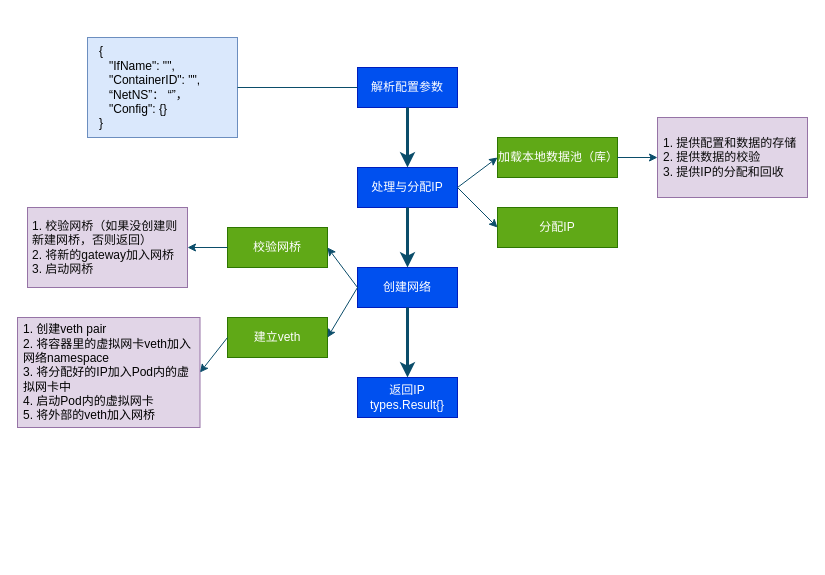
Before: page "CNI-ADD" (5 of 14) of flows/流程图.drawio in godzilla-s/lightly-cni, a draw.io diagram. Source tidied: cells renumbered, new cells numbered last; positions are measured from the earlier drawing's top-left corner, leaving out a move shared by most shapes. Both pictures are drawn from the tidied source at 100%, with x=0, y=0 at pixel (17, 37).
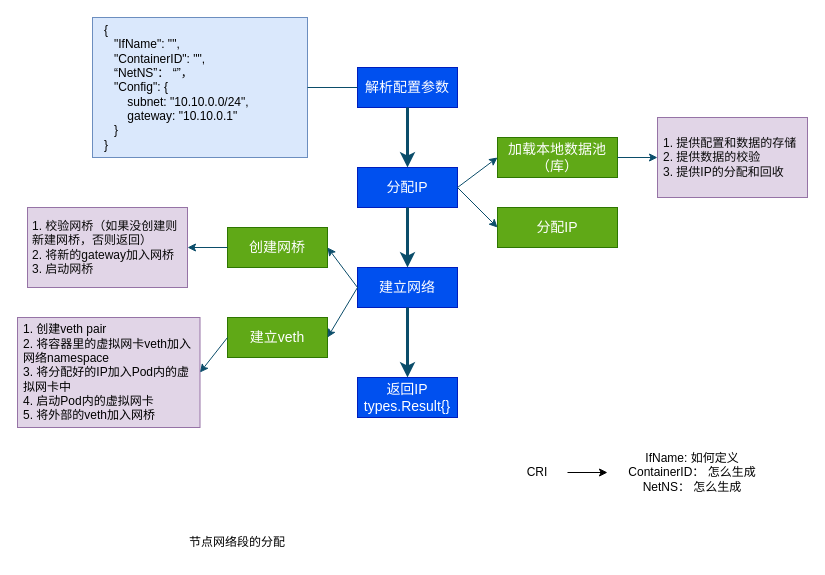
The same diagram, later.

Diff of the diagram source:
```diff
@@
-    <mxCell id="2" value="解析配置参数" style="rounded=0;whiteSpace=wrap;html=1;labelBackgroundColor=none;fillColor=#0050ef;strokeColor=#001DBC;fontColor=#ffffff;" parent="1" vertex="1">
+    <mxCell id="2" value="解析配置参数" style="rounded=0;whiteSpace=wrap;html=1;labelBackgroundColor=none;fillColor=#0050ef;strokeColor=#001DBC;fontColor=#ffffff;fontSize=14;" parent="1" vertex="1">
       <mxGeometry x="340" y="30" width="100" height="40" as="geometry" />
     </mxCell>
-    <mxCell id="3" value="加载本地数据池（库）" style="rounded=0;whiteSpace=wrap;html=1;labelBackgroundColor=none;fillColor=#60a917;strokeColor=#2D7600;fontColor=#ffffff;" parent="1" vertex="1">
+    <mxCell id="3" value="加载本地数据池（库）" style="rounded=0;whiteSpace=wrap;html=1;labelBackgroundColor=none;fillColor=#60a917;strokeColor=#2D7600;fontColor=#ffffff;fontSize=14;" parent="1" vertex="1">
       <mxGeometry x="480" y="100" width="120" height="40" as="geometry" />
     </mxCell>
-    <mxCell id="4" value="处理与分配IP" style="rounded=0;whiteSpace=wrap;html=1;labelBackgroundColor=none;fillColor=#0050ef;strokeColor=#001DBC;fontColor=#ffffff;" parent="1" vertex="1">
+    <mxCell id="4" value="分配IP" style="rounded=0;whiteSpace=wrap;html=1;labelBackgroundColor=none;fillColor=#0050ef;strokeColor=#001DBC;fontColor=#ffffff;fontSize=14;" parent="1" vertex="1">
       <mxGeometry x="340" y="130" width="100" height="40" as="geometry" />
     </mxCell>
@@
-    <mxCell id="6" value="校验网桥" style="rounded=0;whiteSpace=wrap;html=1;labelBackgroundColor=none;fillColor=#60a917;strokeColor=#2D7600;fontColor=#ffffff;" parent="1" vertex="1">
+    <mxCell id="6" value="创建网桥" style="rounded=0;whiteSpace=wrap;html=1;labelBackgroundColor=none;fillColor=#60a917;strokeColor=#2D7600;fontColor=#ffffff;fontSize=14;" parent="1" vertex="1">
       <mxGeometry x="210" y="190" width="100" height="40" as="geometry" />
     </mxCell>
@@
-    <mxCell id="8" value="建立veth" style="rounded=0;whiteSpace=wrap;html=1;labelBackgroundColor=none;fillColor=#60a917;strokeColor=#2D7600;fontColor=#ffffff;" parent="1" vertex="1">
+    <mxCell id="8" value="建立veth" style="rounded=0;whiteSpace=wrap;html=1;labelBackgroundColor=none;fillColor=#60a917;strokeColor=#2D7600;fontColor=#ffffff;fontSize=14;" parent="1" vertex="1">
       <mxGeometry x="210" y="280" width="100" height="40" as="geometry" />
     </mxCell>
-    <mxCell id="9" value="返回IP&lt;div&gt;types.Result{}&lt;/div&gt;" style="rounded=0;whiteSpace=wrap;html=1;labelBackgroundColor=none;fillColor=#0050ef;strokeColor=#001DBC;fontColor=#ffffff;" parent="1" vertex="1">
+    <mxCell id="9" value="返回IP&lt;div style=&quot;font-size: 14px;&quot;&gt;types.Result{}&lt;/div&gt;" style="rounded=0;whiteSpace=wrap;html=1;labelBackgroundColor=none;fillColor=#0050ef;strokeColor=#001DBC;fontColor=#ffffff;fontSize=14;" parent="1" vertex="1">
       <mxGeometry x="340" y="340" width="100" height="40" as="geometry" />
     </mxCell>
-    <mxCell id="10" value="{&lt;div&gt;&amp;nbsp; &amp;nbsp;&quot;IfName&quot;: &quot;&quot;,&lt;/div&gt;&lt;div&gt;&amp;nbsp; &amp;nbsp;&quot;ContainerID&quot;: &quot;&quot;,&lt;/div&gt;&lt;div&gt;&amp;nbsp; &amp;nbsp;“NetNS”： “”，&lt;/div&gt;&lt;div&gt;&amp;nbsp; &amp;nbsp;&quot;Config&quot;: {}&lt;/div&gt;&lt;div&gt;}&lt;/div&gt;" style="rounded=0;whiteSpace=wrap;html=1;align=left;spacingLeft=10;labelBackgroundColor=none;fillColor=#dae8fc;strokeColor=#6c8ebf;fontColor=#000000;" parent="1" vertex="1">
-      <mxGeometry x="70" width="150" height="100" as="geometry" />
+    <mxCell id="10" value="{&lt;div&gt;&amp;nbsp; &amp;nbsp;&quot;IfName&quot;: &quot;&quot;,&lt;/div&gt;&lt;div&gt;&amp;nbsp; &amp;nbsp;&quot;ContainerID&quot;: &quot;&quot;,&lt;/div&gt;&lt;div&gt;&amp;nbsp; &amp;nbsp;“NetNS”： “”，&lt;/div&gt;&lt;div&gt;&amp;nbsp; &amp;nbsp;&quot;Config&quot;: {&lt;/div&gt;&lt;div&gt;&amp;nbsp; &amp;nbsp; &amp;nbsp; &amp;nbsp;subnet: &quot;10.10.0.0/24&quot;,&lt;/div&gt;&lt;div&gt;&amp;nbsp; &amp;nbsp; &amp;nbsp; &amp;nbsp;gateway: &quot;10.10.0.1&quot;&lt;/div&gt;&lt;div&gt;&amp;nbsp; &amp;nbsp;}&lt;/div&gt;&lt;div&gt;}&lt;/div&gt;" style="rounded=0;whiteSpace=wrap;html=1;align=left;spacingLeft=10;labelBackgroundColor=none;fillColor=#dae8fc;strokeColor=#6c8ebf;fontColor=#000000;" parent="1" vertex="1">
+      <mxGeometry x="75" y="-20" width="215" height="140" as="geometry" />
     </mxCell>
@@
-    <mxCell id="12" value="分配IP" style="rounded=0;whiteSpace=wrap;html=1;labelBackgroundColor=none;fillColor=#60a917;strokeColor=#2D7600;fontColor=#ffffff;" parent="1" vertex="1">
+    <mxCell id="12" value="分配IP" style="rounded=0;whiteSpace=wrap;html=1;labelBackgroundColor=none;fillColor=#60a917;strokeColor=#2D7600;fontColor=#ffffff;fontSize=14;" parent="1" vertex="1">
       <mxGeometry x="480" y="170" width="120" height="40" as="geometry" />
     </mxCell>
-    <mxCell id="13" value="创建网络" style="rounded=0;whiteSpace=wrap;html=1;labelBackgroundColor=none;fillColor=#0050ef;strokeColor=#001DBC;fontColor=#ffffff;" parent="1" vertex="1">
+    <mxCell id="13" value="建立网络" style="rounded=0;whiteSpace=wrap;html=1;labelBackgroundColor=none;fillColor=#0050ef;strokeColor=#001DBC;fontColor=#ffffff;fontSize=14;" parent="1" vertex="1">
       <mxGeometry x="340" y="230" width="100" height="40" as="geometry" />
     </mxCell>
-    <mxCell id="14" style="endArrow=classic;html=1;rounded=0;entryX=0;entryY=0.5;entryDx=0;entryDy=0;exitX=1;exitY=0.5;exitDx=0;exitDy=0;labelBackgroundColor=none;strokeColor=#0B4D6A;fontColor=default;" parent="1" edge="1" source="4" target="3">
+    <mxCell id="14" style="endArrow=classic;html=1;rounded=0;entryX=0;entryY=0.5;entryDx=0;entryDy=0;exitX=1;exitY=0.5;exitDx=0;exitDy=0;labelBackgroundColor=none;strokeColor=#0B4D6A;fontColor=default;fontSize=14;" parent="1" edge="1" source="4" target="3">
       <mxGeometry relative="1" as="geometry" />
     </mxCell>
-    <mxCell id="15" style="endArrow=classic;html=1;rounded=0;exitX=1;exitY=0.5;exitDx=0;exitDy=0;entryX=0;entryY=0.5;entryDx=0;entryDy=0;labelBackgroundColor=none;strokeColor=#0B4D6A;fontColor=default;" parent="1" edge="1" source="4" target="12">
+    <mxCell id="15" style="endArrow=classic;html=1;rounded=0;exitX=1;exitY=0.5;exitDx=0;exitDy=0;entryX=0;entryY=0.5;entryDx=0;entryDy=0;labelBackgroundColor=none;strokeColor=#0B4D6A;fontColor=default;fontSize=14;" parent="1" edge="1" source="4" target="12">
       <mxGeometry relative="1" as="geometry" />
     </mxCell>
-    <mxCell id="16" style="endArrow=classic;html=1;rounded=0;entryX=1;entryY=0.5;entryDx=0;entryDy=0;exitX=0;exitY=0.5;exitDx=0;exitDy=0;labelBackgroundColor=none;strokeColor=#0B4D6A;fontColor=default;" parent="1" edge="1" source="13" target="6">
+    <mxCell id="16" style="endArrow=classic;html=1;rounded=0;entryX=1;entryY=0.5;entryDx=0;entryDy=0;exitX=0;exitY=0.5;exitDx=0;exitDy=0;labelBackgroundColor=none;strokeColor=#0B4D6A;fontColor=default;fontSize=14;" parent="1" edge="1" source="13" target="6">
       <mxGeometry relative="1" as="geometry" />
     </mxCell>
-    <mxCell id="17" style="endArrow=classic;html=1;rounded=0;entryX=1;entryY=0.5;entryDx=0;entryDy=0;exitX=0;exitY=0.5;exitDx=0;exitDy=0;labelBackgroundColor=none;strokeColor=#0B4D6A;fontColor=default;" parent="1" edge="1" source="13" target="8">
+    <mxCell id="17" style="endArrow=classic;html=1;rounded=0;entryX=1;entryY=0.5;entryDx=0;entryDy=0;exitX=0;exitY=0.5;exitDx=0;exitDy=0;labelBackgroundColor=none;strokeColor=#0B4D6A;fontColor=default;fontSize=14;" parent="1" edge="1" source="13" target="8">
       <mxGeometry relative="1" as="geometry" />
     </mxCell>
-    <mxCell id="18" style="endArrow=classic;html=1;rounded=0;exitX=0.5;exitY=1;exitDx=0;exitDy=0;entryX=0.5;entryY=0;entryDx=0;entryDy=0;labelBackgroundColor=none;strokeColor=#0B4D6A;fontColor=default;strokeWidth=3;" parent="1" edge="1" source="2" target="4">
+    <mxCell id="18" style="endArrow=classic;html=1;rounded=0;exitX=0.5;exitY=1;exitDx=0;exitDy=0;entryX=0.5;entryY=0;entryDx=0;entryDy=0;labelBackgroundColor=none;strokeColor=#0B4D6A;fontColor=default;strokeWidth=3;fontSize=14;" parent="1" edge="1" source="2" target="4">
       <mxGeometry relative="1" as="geometry" />
     </mxCell>
-    <mxCell id="19" style="endArrow=classic;html=1;rounded=0;exitX=0.5;exitY=1;exitDx=0;exitDy=0;entryX=0.5;entryY=0;entryDx=0;entryDy=0;labelBackgroundColor=none;strokeColor=#0B4D6A;fontColor=default;strokeWidth=3;" parent="1" edge="1" source="4" target="13">
+    <mxCell id="19" style="endArrow=classic;html=1;rounded=0;exitX=0.5;exitY=1;exitDx=0;exitDy=0;entryX=0.5;entryY=0;entryDx=0;entryDy=0;labelBackgroundColor=none;strokeColor=#0B4D6A;fontColor=default;strokeWidth=3;fontSize=14;" parent="1" edge="1" source="4" target="13">
       <mxGeometry relative="1" as="geometry" />
     </mxCell>
-    <mxCell id="20" style="endArrow=classic;html=1;rounded=0;exitX=0.5;exitY=1;exitDx=0;exitDy=0;entryX=0.5;entryY=0;entryDx=0;entryDy=0;labelBackgroundColor=none;strokeColor=#0B4D6A;fontColor=default;strokeWidth=3;" parent="1" edge="1" source="13" target="9">
+    <mxCell id="20" style="endArrow=classic;html=1;rounded=0;exitX=0.5;exitY=1;exitDx=0;exitDy=0;entryX=0.5;entryY=0;entryDx=0;entryDy=0;labelBackgroundColor=none;strokeColor=#0B4D6A;fontColor=default;strokeWidth=3;fontSize=14;" parent="1" edge="1" source="13" target="9">
       <mxGeometry relative="1" as="geometry" />
     </mxCell>
@@
+    <mxCell id="25" value="IfName: 如何定义&lt;br&gt;ContainerID： 怎么生成&lt;br&gt;NetNS： 怎么生成" style="text;html=1;strokeColor=none;fillColor=none;align=center;verticalAlign=middle;whiteSpace=wrap;rounded=0;" parent="1" vertex="1">
+      <mxGeometry x="590" y="410" width="170" height="50" as="geometry" />
+    </mxCell>
+    <mxCell id="26" value="CRI" style="text;html=1;strokeColor=none;fillColor=none;align=center;verticalAlign=middle;whiteSpace=wrap;rounded=0;" parent="1" vertex="1">
+      <mxGeometry x="490" y="420" width="60" height="30" as="geometry" />
+    </mxCell>
+    <mxCell id="27" style="endArrow=classic;html=1;rounded=0;entryX=0;entryY=0.5;entryDx=0;entryDy=0;exitX=1;exitY=0.5;exitDx=0;exitDy=0;fontSize=14;" parent="1" edge="1" source="26" target="25">
+      <mxGeometry relative="1" as="geometry" />
+    </mxCell>
+    <mxCell id="28" value="节点网络段的分配" style="text;html=1;strokeColor=none;fillColor=none;align=center;verticalAlign=middle;whiteSpace=wrap;rounded=0;fontSize=12;" parent="1" vertex="1">
+      <mxGeometry x="150" y="490" width="140" height="30" as="geometry" />
+    </mxCell>
```
